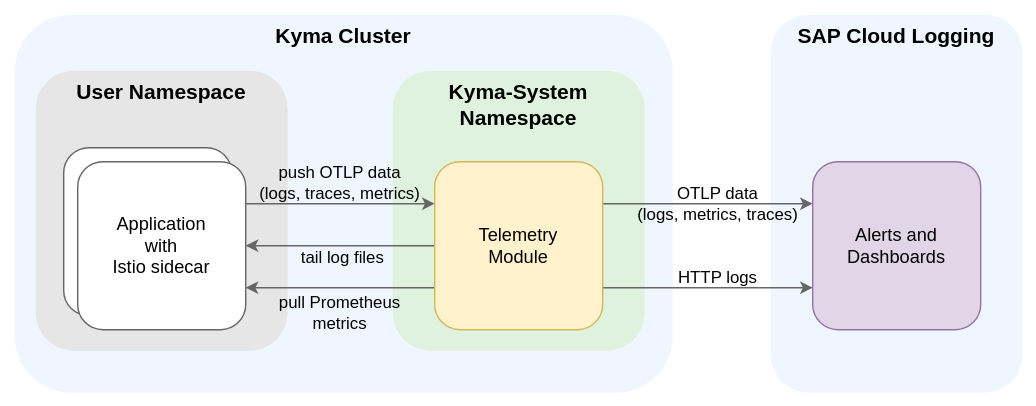
kyma-project/telemetry-manager keeps this draw.io diagram as docs/user/integration/assets/sap-cloud-logging.drawio.svg. Above is the earlier version. Source tidied: cells renumbered, new cells last; positions are measured from the earlier drawing's top-left corner, leaving out a move shared by most shapes.
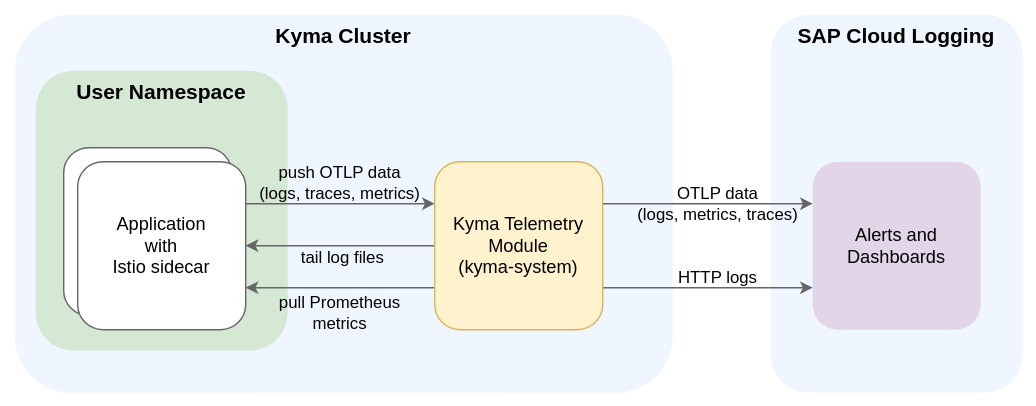
The same diagram one commit later.

Change to the diagram source:
```diff
@@ -8,12 +8,9 @@
     <mxCell id="3" value="&lt;b&gt;&lt;font style=&quot;font-size: 15px;&quot;&gt;Kyma Cluster&lt;br&gt;&lt;/font&gt;&lt;/b&gt;" style="rounded=1;whiteSpace=wrap;html=1;fillColor=#F0F6FF;strokeColor=none;verticalAlign=top;fontColor=#000000;" parent="1" vertex="1">
       <mxGeometry x="10" y="10" width="470" height="270" as="geometry" />
     </mxCell>
-    <mxCell id="4" value="&lt;font style=&quot;&quot;&gt;&lt;font style=&quot;font-size: 15px;&quot;&gt;&lt;b&gt;User Namespace&lt;/b&gt;&lt;/font&gt;&lt;br&gt;&lt;/font&gt;" style="rounded=1;whiteSpace=wrap;html=1;fillColor=#E6E6E6;fontColor=#000000;strokeColor=none;verticalAlign=top;gradientColor=none;" parent="1" vertex="1">
+    <mxCell id="4" value="&lt;font style=&quot;&quot;&gt;&lt;font style=&quot;font-size: 15px;&quot;&gt;&lt;b&gt;User Namespace&lt;/b&gt;&lt;/font&gt;&lt;br&gt;&lt;/font&gt;" style="rounded=1;whiteSpace=wrap;html=1;fillColor=#d5e8d4;strokeColor=none;verticalAlign=top;" parent="1" vertex="1">
       <mxGeometry x="25" y="50" width="180" height="200" as="geometry" />
     </mxCell>
-    <mxCell id="5" value="&lt;font style=&quot;&quot;&gt;&lt;font style=&quot;font-size: 15px;&quot;&gt;&lt;b&gt;Kyma-System Namespace&lt;/b&gt;&lt;/font&gt;&lt;br&gt;&lt;/font&gt;" style="rounded=1;whiteSpace=wrap;html=1;fillColor=#DEF2DD;fontColor=#000000;strokeColor=none;verticalAlign=top;" parent="1" vertex="1">
-      <mxGeometry x="280" y="50" width="180" height="200" as="geometry" />
-    </mxCell>
     <mxCell id="6" style="edgeStyle=orthogonalEdgeStyle;rounded=0;orthogonalLoop=1;jettySize=auto;html=1;exitX=0.5;exitY=1;exitDx=0;exitDy=0;" parent="1" edge="1">
       <mxGeometry relative="1" as="geometry">
         <mxPoint x="372" y="250" as="sourcePoint" />
@@ -23,7 +20,7 @@
     <mxCell id="7" value="&lt;font style=&quot;font-size: 15px;&quot;&gt;&lt;b&gt;SAP Cloud Logging&lt;br&gt;&lt;/b&gt;&lt;/font&gt;" style="rounded=1;whiteSpace=wrap;html=1;fillColor=#F0F6FF;strokeColor=none;verticalAlign=top;fontColor=#000000;" parent="1" vertex="1">
       <mxGeometry x="550" y="10" width="180" height="270" as="geometry" />
     </mxCell>
-    <mxCell id="8" value="&lt;span style=&quot;font-size: 13px;&quot;&gt;Alerts and Dashboards&lt;/span&gt;" style="rounded=1;whiteSpace=wrap;html=1;fillColor=#e1d5e7;strokeColor=#9673a6;" parent="1" vertex="1">
+    <mxCell id="8" value="&lt;span style=&quot;font-size: 13px;&quot;&gt;Alerts and Dashboards&lt;/span&gt;" style="rounded=1;whiteSpace=wrap;html=1;fillColor=#e1d5e7;strokeColor=none;" parent="1" vertex="1">
       <mxGeometry x="580" y="115" width="120" height="120" as="geometry" />
     </mxCell>
     <mxCell id="9" style="edgeStyle=none;rounded=1;jettySize=auto;html=1;exitX=1;exitY=0.25;exitDx=0;exitDy=0;strokeColor=#666666;entryX=0;entryY=0.25;entryDx=0;entryDy=0;" parent="1" edge="1" source="16" target="22">
@@ -75,7 +72,7 @@
         <mxPoint x="-6" y="6" as="offset" />
       </mxGeometry>
     </mxCell>
-    <mxCell id="22" value="&lt;font style=&quot;font-size: 13px;&quot;&gt;Telemetry&amp;nbsp;&lt;/font&gt;&lt;div&gt;&lt;font style=&quot;font-size: 13px;&quot;&gt;Module&lt;br&gt;&lt;/font&gt;&lt;/div&gt;" style="rounded=1;whiteSpace=wrap;html=1;fillColor=#fff2cc;strokeColor=#d6b656;" parent="1" vertex="1">
+    <mxCell id="22" value="&lt;font style=&quot;font-size: 13px;&quot;&gt;Kyma Telemetry&amp;nbsp;&lt;/font&gt;&lt;div&gt;&lt;font style=&quot;font-size: 13px;&quot;&gt;Module&lt;br&gt;(kyma-system)&lt;br&gt;&lt;/font&gt;&lt;/div&gt;" style="rounded=1;whiteSpace=wrap;html=1;fillColor=#fff2cc;strokeColor=#D6B656;" parent="1" vertex="1">
       <mxGeometry x="310" y="115" width="120" height="120" as="geometry" />
     </mxCell>
   </root>
```
